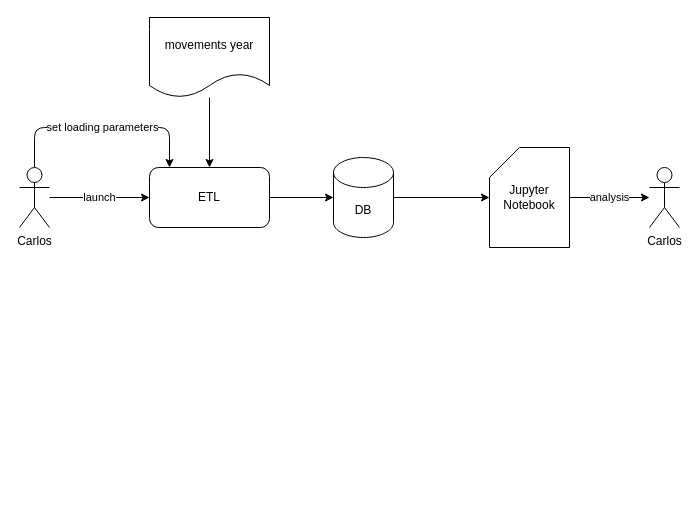
The draw.io diagram page "Architecture" (2 of 7) of diagrams/diagrams.dio in cperezh/DataEng_Patterns, before the edit. Source tidied: cells renumbered, new cells numbered last; positions are measured from the earlier drawing's top-left corner, leaving out a move shared by most shapes. Both pictures are drawn from the tidied source at 100%, with x=0, y=0 at pixel (19, 17).
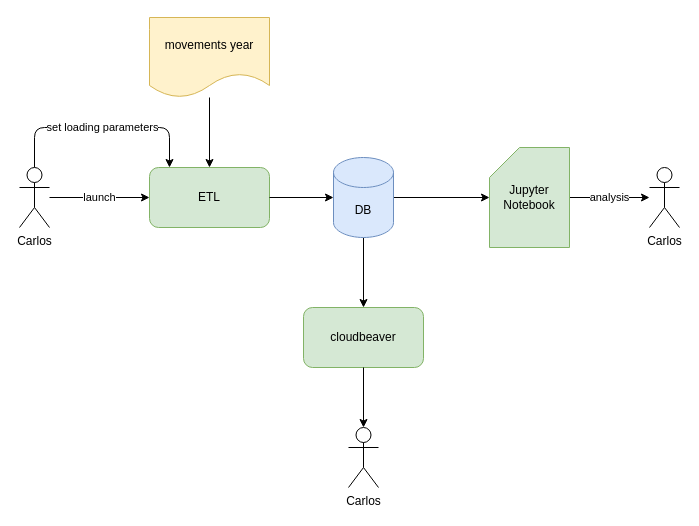
The same page after the edit.

The edit, as a diff of the source:
```diff
@@
 <mxGraphModel>
   <root>
     <mxCell id="0" />
     <mxCell id="1" parent="0" />
     <mxCell id="2" value="launch" style="edgeStyle=none;html=1;" parent="1" edge="1" source="4" target="5">
       <mxGeometry relative="1" as="geometry" />
     </mxCell>
     <mxCell id="3" value="set loading parameters" style="edgeStyle=orthogonalEdgeStyle;html=1;" parent="1" edge="1" source="4" target="5">
       <mxGeometry relative="1" as="geometry">
         <Array as="points">
           <mxPoint x="15" y="110" />
           <mxPoint x="150" y="110" />
         </Array>
       </mxGeometry>
     </mxCell>
     <mxCell id="4" value="Carlos" style="shape=umlActor;verticalLabelPosition=bottom;verticalAlign=top;html=1;outlineConnect=0;" parent="1" vertex="1">
       <mxGeometry y="150" width="30" height="60" as="geometry" />
     </mxCell>
-    <mxCell id="5" value="ETL" style="rounded=1;whiteSpace=wrap;html=1;" parent="1" vertex="1">
+    <mxCell id="5" value="ETL" style="rounded=1;whiteSpace=wrap;html=1;fillColor=#d5e8d4;strokeColor=#82b366;" parent="1" vertex="1">
       <mxGeometry x="130" y="150" width="120" height="60" as="geometry" />
     </mxCell>
     <mxCell id="6" style="edgeStyle=none;html=1;" parent="1" edge="1" source="7" target="5">
       <mxGeometry relative="1" as="geometry" />
     </mxCell>
-    <mxCell id="7" value="movements year" style="shape=document;whiteSpace=wrap;html=1;boundedLbl=1;" parent="1" vertex="1">
+    <mxCell id="7" value="movements year" style="shape=document;whiteSpace=wrap;html=1;boundedLbl=1;fillColor=#fff2cc;strokeColor=#d6b656;" parent="1" vertex="1">
       <mxGeometry x="130" width="120" height="80" as="geometry" />
     </mxCell>
     <mxCell id="8" style="edgeStyle=none;html=1;" parent="1" edge="1" source="9" target="12">
       <mxGeometry relative="1" as="geometry" />
     </mxCell>
+    <mxCell id="14" style="edgeStyle=none;html=1;" parent="1" edge="1" source="9" target="15">
+      <mxGeometry relative="1" as="geometry" />
+    </mxCell>
-    <mxCell id="9" value="DB" style="shape=cylinder3;whiteSpace=wrap;html=1;boundedLbl=1;backgroundOutline=1;size=15;" parent="1" vertex="1">
+    <mxCell id="9" value="DB" style="shape=cylinder3;whiteSpace=wrap;html=1;boundedLbl=1;backgroundOutline=1;size=15;fillColor=#dae8fc;strokeColor=#6c8ebf;" parent="1" vertex="1">
       <mxGeometry x="314" y="140" width="60" height="80" as="geometry" />
     </mxCell>
     <mxCell id="10" style="edgeStyle=none;html=1;entryX=0;entryY=0.5;entryDx=0;entryDy=0;entryPerimeter=0;" parent="1" edge="1" source="5" target="9">
       <mxGeometry relative="1" as="geometry" />
     </mxCell>
     <mxCell id="11" value="analysis" style="edgeStyle=none;html=1;" parent="1" edge="1" source="12" target="13">
       <mxGeometry relative="1" as="geometry" />
     </mxCell>
-    <mxCell id="12" value="Jupyter Notebook" style="shape=card;whiteSpace=wrap;html=1;" parent="1" vertex="1">
+    <mxCell id="12" value="Jupyter Notebook" style="shape=card;whiteSpace=wrap;html=1;fillColor=#d5e8d4;strokeColor=#82b366;" parent="1" vertex="1">
       <mxGeometry x="470" y="130" width="80" height="100" as="geometry" />
     </mxCell>
     <mxCell id="13" value="Carlos" style="shape=umlActor;verticalLabelPosition=bottom;verticalAlign=top;html=1;outlineConnect=0;" parent="1" vertex="1">
       <mxGeometry x="630" y="150" width="30" height="60" as="geometry" />
     </mxCell>
+    <mxCell id="15" value="cloudbeaver" style="rounded=1;whiteSpace=wrap;html=1;fillColor=#d5e8d4;strokeColor=#82b366;" parent="1" vertex="1">
+      <mxGeometry x="284" y="290" width="120" height="60" as="geometry" />
+    </mxCell>
+    <mxCell id="16" value="Carlos" style="shape=umlActor;verticalLabelPosition=bottom;verticalAlign=top;html=1;outlineConnect=0;" parent="1" vertex="1">
+      <mxGeometry x="329" y="410" width="30" height="60" as="geometry" />
+    </mxCell>
+    <mxCell id="17" style="edgeStyle=none;html=1;entryX=0.5;entryY=0;entryDx=0;entryDy=0;entryPerimeter=0;" parent="1" edge="1" source="15" target="16">
+      <mxGeometry relative="1" as="geometry" />
+    </mxCell>
   </root>
 </mxGraphModel>
```
